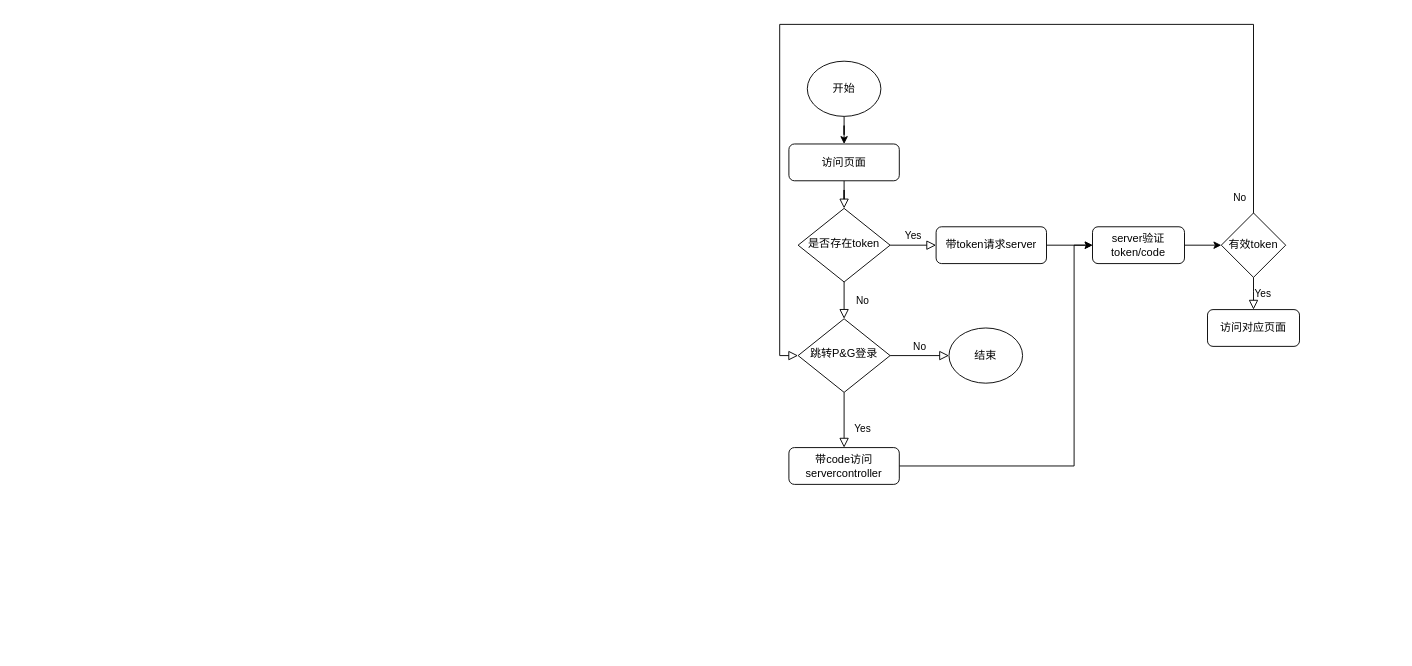
18241033575/cool-css keeps this draw.io diagram as 霓虹文本/Untitled Diagram.drawio. Above is the earlier version. Source tidied: cells renumbered, new cells numbered last; positions are measured from the earlier drawing's top-left corner, leaving out a move shared by most shapes. Both pictures are drawn from the tidied source at 92%, with x=0, y=0 at pixel (779, 24).
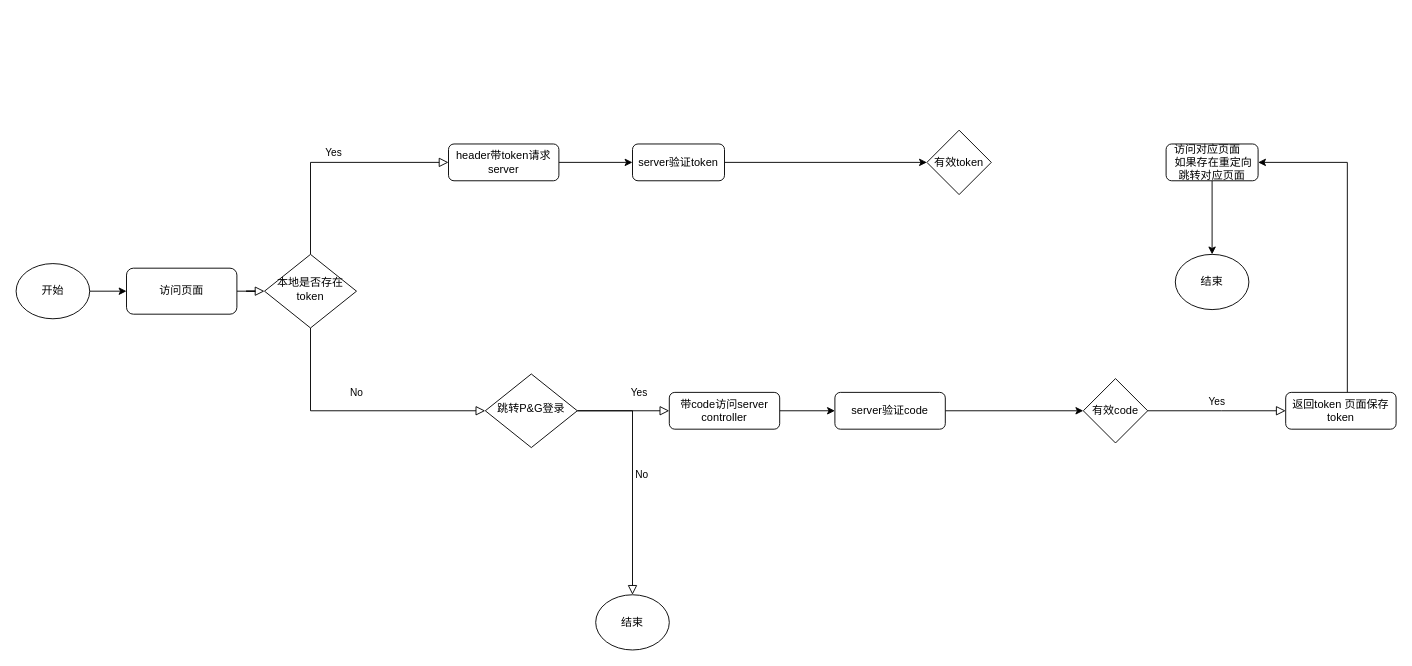
Above is the later version.

Diff of the diagram source:
```diff
@@
     <mxCell id="3" value="访问页面" style="rounded=1;whiteSpace=wrap;html=1;fontSize=12;glass=0;strokeWidth=1;shadow=0;" parent="1" vertex="1">
-      <mxGeometry x="10" y="130" width="120" height="40" as="geometry" />
+      <mxGeometry x="-710" y="265" width="120" height="50" as="geometry" />
     </mxCell>
-    <mxCell id="4" value="No" style="rounded=0;html=1;jettySize=auto;fontSize=11;endArrow=block;endFill=0;endSize=8;strokeWidth=1;shadow=0;labelBackgroundColor=none;edgeStyle=orthogonalEdgeStyle;" parent="1" edge="1" source="6" target="11">
-      <mxGeometry y="20" relative="1" as="geometry" />
+    <mxCell id="4" value="No" style="rounded=0;html=1;jettySize=auto;fontSize=11;endArrow=block;endFill=0;endSize=8;strokeWidth=1;shadow=0;labelBackgroundColor=none;edgeStyle=orthogonalEdgeStyle;exitX=0.5;exitY=1;exitDx=0;exitDy=0;" parent="1" edge="1" source="6" target="11">
+      <mxGeometry y="20" relative="1" as="geometry">
+        <Array as="points">
+          <mxPoint x="-510" y="420" />
+        </Array>
+      </mxGeometry>
     </mxCell>
-    <mxCell id="5" value="Yes" style="edgeStyle=orthogonalEdgeStyle;rounded=0;html=1;jettySize=auto;fontSize=11;endArrow=block;endFill=0;endSize=8;strokeWidth=1;shadow=0;labelBackgroundColor=none;" parent="1" edge="1" source="6" target="8">
+    <mxCell id="5" value="Yes" style="edgeStyle=orthogonalEdgeStyle;rounded=0;html=1;jettySize=auto;fontSize=11;endArrow=block;endFill=0;endSize=8;strokeWidth=1;shadow=0;labelBackgroundColor=none;entryX=0;entryY=0.5;entryDx=0;entryDy=0;exitX=0.5;exitY=0;exitDx=0;exitDy=0;" parent="1" edge="1" source="6" target="8">
       <mxGeometry y="10" relative="1" as="geometry" />
     </mxCell>
-    <mxCell id="6" value="是否存在token" style="rhombus;whiteSpace=wrap;html=1;shadow=0;fontFamily=Helvetica;fontSize=12;align=center;strokeWidth=1;spacing=6;spacingTop=-4;" parent="1" vertex="1">
-      <mxGeometry x="20" y="200" width="100" height="80" as="geometry" />
+    <mxCell id="6" value="本地是否存在token" style="rhombus;whiteSpace=wrap;html=1;shadow=0;fontFamily=Helvetica;fontSize=12;align=center;strokeWidth=1;spacing=6;spacingTop=-4;" parent="1" vertex="1">
+      <mxGeometry x="-560" y="250" width="100" height="80" as="geometry" />
     </mxCell>
@@
-    <mxCell id="8" value="带token请求server" style="rounded=1;whiteSpace=wrap;html=1;fontSize=12;glass=0;strokeWidth=1;shadow=0;" parent="1" vertex="1">
-      <mxGeometry x="170" y="220" width="120" height="40" as="geometry" />
+    <mxCell id="8" value="header带token请求server" style="rounded=1;whiteSpace=wrap;html=1;fontSize=12;glass=0;strokeWidth=1;shadow=0;" parent="1" vertex="1">
+      <mxGeometry x="-360" y="130" width="120" height="40" as="geometry" />
     </mxCell>
-    <mxCell id="9" value="Yes" style="rounded=0;html=1;jettySize=auto;fontSize=11;endArrow=block;endFill=0;endSize=8;strokeWidth=1;shadow=0;labelBackgroundColor=none;edgeStyle=orthogonalEdgeStyle;" parent="1" edge="1" source="11" target="13">
+    <mxCell id="9" value="Yes" style="rounded=0;html=1;jettySize=auto;fontSize=11;endArrow=block;endFill=0;endSize=8;strokeWidth=1;shadow=0;labelBackgroundColor=none;edgeStyle=orthogonalEdgeStyle;entryX=0;entryY=0.5;entryDx=0;entryDy=0;" parent="1" edge="1" source="11" target="13">
       <mxGeometry x="0.33" y="20" relative="1" as="geometry" />
     </mxCell>
-    <mxCell id="10" value="No" style="edgeStyle=orthogonalEdgeStyle;rounded=0;html=1;jettySize=auto;fontSize=11;endArrow=block;endFill=0;endSize=8;strokeWidth=1;shadow=0;labelBackgroundColor=none;entryX=0;entryY=0.5;entryDx=0;entryDy=0;" parent="1" edge="1" source="11" target="20">
+    <mxCell id="10" value="No" style="edgeStyle=orthogonalEdgeStyle;rounded=0;html=1;jettySize=auto;fontSize=11;endArrow=block;endFill=0;endSize=8;strokeWidth=1;shadow=0;labelBackgroundColor=none;entryX=0.5;entryY=0;entryDx=0;entryDy=0;" parent="1" edge="1" source="11" target="20">
       <mxGeometry y="10" relative="1" as="geometry" />
     </mxCell>
     <mxCell id="11" value="跳转P&amp;amp;G登录" style="rhombus;whiteSpace=wrap;html=1;shadow=0;fontFamily=Helvetica;fontSize=12;align=center;strokeWidth=1;spacing=6;spacingTop=-4;" parent="1" vertex="1">
-      <mxGeometry x="20" y="320" width="100" height="80" as="geometry" />
+      <mxGeometry x="-320" y="380" width="100" height="80" as="geometry" />
     </mxCell>
-    <mxCell id="12" style="edgeStyle=orthogonalEdgeStyle;rounded=0;jettySize=auto;html=1;entryX=0;entryY=0.5;entryDx=0;entryDy=0;" parent="1" edge="1" source="13" target="15">
-      <mxGeometry relative="1" as="geometry">
-        <Array as="points">
-          <mxPoint x="320" y="480" />
-          <mxPoint x="320" y="240" />
-        </Array>
-      </mxGeometry>
-    </mxCell>
+    <mxCell id="23" style="edgeStyle=orthogonalEdgeStyle;rounded=0;jettySize=auto;html=1;entryX=0;entryY=0.5;entryDx=0;entryDy=0;" parent="1" edge="1" source="13" target="27">
+      <mxGeometry relative="1" as="geometry" />
+    </mxCell>
-    <mxCell id="13" value="带code访问servercontroller" style="rounded=1;whiteSpace=wrap;html=1;fontSize=12;glass=0;strokeWidth=1;shadow=0;" parent="1" vertex="1">
-      <mxGeometry x="10" y="460" width="120" height="40" as="geometry" />
+    <mxCell id="13" value="带code访问server controller" style="rounded=1;whiteSpace=wrap;html=1;fontSize=12;glass=0;strokeWidth=1;shadow=0;" parent="1" vertex="1">
+      <mxGeometry x="-120" y="400" width="120" height="40" as="geometry" />
     </mxCell>
@@
-    <mxCell id="15" value="server验证token/code" style="rounded=1;whiteSpace=wrap;html=1;" parent="1" vertex="1">
-      <mxGeometry x="340" y="220" width="100" height="40" as="geometry" />
+    <mxCell id="15" value="server验证token" style="rounded=1;whiteSpace=wrap;html=1;" parent="1" vertex="1">
+      <mxGeometry x="-160" y="130" width="100" height="40" as="geometry" />
     </mxCell>
     <mxCell id="16" value="有效token" style="rhombus;whiteSpace=wrap;html=1;" parent="1" vertex="1">
-      <mxGeometry x="480" y="205" width="70" height="70" as="geometry" />
+      <mxGeometry x="160" y="115" width="70" height="70" as="geometry" />
     </mxCell>
+    <mxCell id="24" style="edgeStyle=orthogonalEdgeStyle;rounded=0;jettySize=auto;html=1;exitX=0.5;exitY=1;exitDx=0;exitDy=0;entryX=0.5;entryY=0;entryDx=0;entryDy=0;" parent="1" edge="1" source="17" target="25">
+      <mxGeometry relative="1" as="geometry" />
+    </mxCell>
-    <mxCell id="17" value="访问对应页面" style="rounded=1;whiteSpace=wrap;html=1;" parent="1" vertex="1">
-      <mxGeometry x="465" y="310" width="100" height="40" as="geometry" />
+    <mxCell id="17" value="访问对应页面&amp;nbsp; &amp;nbsp; &amp;nbsp;如果存在重定向跳转对应页面" style="rounded=1;whiteSpace=wrap;html=1;" parent="1" vertex="1">
+      <mxGeometry x="420" y="130" width="100" height="40" as="geometry" />
     </mxCell>
-    <mxCell id="18" value="Yes" style="edgeStyle=orthogonalEdgeStyle;rounded=0;html=1;jettySize=auto;fontSize=11;endArrow=block;endFill=0;endSize=8;strokeWidth=1;shadow=0;labelBackgroundColor=none;exitX=0.5;exitY=1;exitDx=0;exitDy=0;entryX=0.5;entryY=0;entryDx=0;entryDy=0;" parent="1" edge="1" source="16" target="17">
-      <mxGeometry y="10" relative="1" as="geometry">
-        <Array as="points">
-          <mxPoint x="515" y="290" />
-          <mxPoint x="515" y="290" />
-        </Array>
-      </mxGeometry>
-    </mxCell>
-    <mxCell id="19" value="No" style="rounded=0;html=1;jettySize=auto;fontSize=11;endArrow=block;endFill=0;endSize=8;strokeWidth=1;shadow=0;labelBackgroundColor=none;edgeStyle=orthogonalEdgeStyle;exitX=0.5;exitY=0;exitDx=0;exitDy=0;entryX=0;entryY=0.5;entryDx=0;entryDy=0;" parent="1" edge="1" source="16" target="11">
-      <mxGeometry x="-0.97" y="15" relative="1" as="geometry">
-        <Array as="points">
-          <mxPoint x="515" />
-          <mxPoint />
-          <mxPoint y="360" />
-        </Array>
-      </mxGeometry>
-    </mxCell>
-    <mxCell id="20" value="结束" style="ellipse;whiteSpace=wrap;html=1;" parent="1" vertex="1">
-      <mxGeometry x="184" y="330" width="80" height="60" as="geometry" />
-    </mxCell>
-    <mxCell id="21" style="edgeStyle=orthogonalEdgeStyle;rounded=0;jettySize=auto;html=1;entryX=0.5;entryY=0;entryDx=0;entryDy=0;" parent="1" edge="1" source="22" target="3">
+    <mxCell id="21" style="edgeStyle=orthogonalEdgeStyle;rounded=0;jettySize=auto;html=1;entryX=0;entryY=0.5;entryDx=0;entryDy=0;" parent="1" edge="1" source="22" target="3">
       <mxGeometry relative="1" as="geometry" />
     </mxCell>
     <mxCell id="22" value="开始" style="ellipse;whiteSpace=wrap;html=1;" parent="1" vertex="1">
-      <mxGeometry x="30" y="40" width="80" height="60" as="geometry" />
+      <mxGeometry x="-830" y="260" width="80" height="60" as="geometry" />
     </mxCell>
+    <mxCell id="25" value="结束" style="ellipse;whiteSpace=wrap;html=1;" parent="1" vertex="1">
+      <mxGeometry x="430" y="250" width="80" height="60" as="geometry" />
+    </mxCell>
+    <mxCell id="26" style="edgeStyle=orthogonalEdgeStyle;rounded=0;jettySize=auto;html=1;entryX=0;entryY=0.5;entryDx=0;entryDy=0;" parent="1" edge="1" source="27" target="28">
+      <mxGeometry relative="1" as="geometry" />
+    </mxCell>
+    <mxCell id="27" value="server验证code" style="rounded=1;whiteSpace=wrap;html=1;fontSize=12;glass=0;strokeWidth=1;shadow=0;" parent="1" vertex="1">
+      <mxGeometry x="60" y="400" width="120" height="40" as="geometry" />
+    </mxCell>
+    <mxCell id="28" value="有效code" style="rhombus;whiteSpace=wrap;html=1;" parent="1" vertex="1">
+      <mxGeometry x="330" y="385" width="70" height="70" as="geometry" />
+    </mxCell>
+    <mxCell id="18" value="Yes" style="edgeStyle=orthogonalEdgeStyle;rounded=0;html=1;jettySize=auto;fontSize=11;endArrow=block;endFill=0;endSize=8;strokeWidth=1;shadow=0;labelBackgroundColor=none;exitX=1;exitY=0.5;exitDx=0;exitDy=0;entryX=0;entryY=0.5;entryDx=0;entryDy=0;" parent="1" edge="1" source="28" target="30">
+      <mxGeometry y="10" relative="1" as="geometry">
+        <Array as="points">
+          <mxPoint x="480" y="420" />
+          <mxPoint x="480" y="420" />
+        </Array>
+      </mxGeometry>
+    </mxCell>
+    <mxCell id="29" style="edgeStyle=orthogonalEdgeStyle;rounded=0;jettySize=auto;html=1;entryX=1;entryY=0.5;entryDx=0;entryDy=0;" parent="1" edge="1" source="30" target="17">
+      <mxGeometry relative="1" as="geometry">
+        <Array as="points">
+          <mxPoint x="617" y="150" />
+        </Array>
+      </mxGeometry>
+    </mxCell>
+    <mxCell id="30" value="返回token 页面保存token" style="rounded=1;whiteSpace=wrap;html=1;fontSize=12;glass=0;strokeWidth=1;shadow=0;" parent="1" vertex="1">
+      <mxGeometry x="550" y="400" width="120" height="40" as="geometry" />
+    </mxCell>
+    <mxCell id="20" value="结束" style="ellipse;whiteSpace=wrap;html=1;" parent="1" vertex="1">
+      <mxGeometry x="-200" y="620" width="80" height="60" as="geometry" />
+    </mxCell>
```
